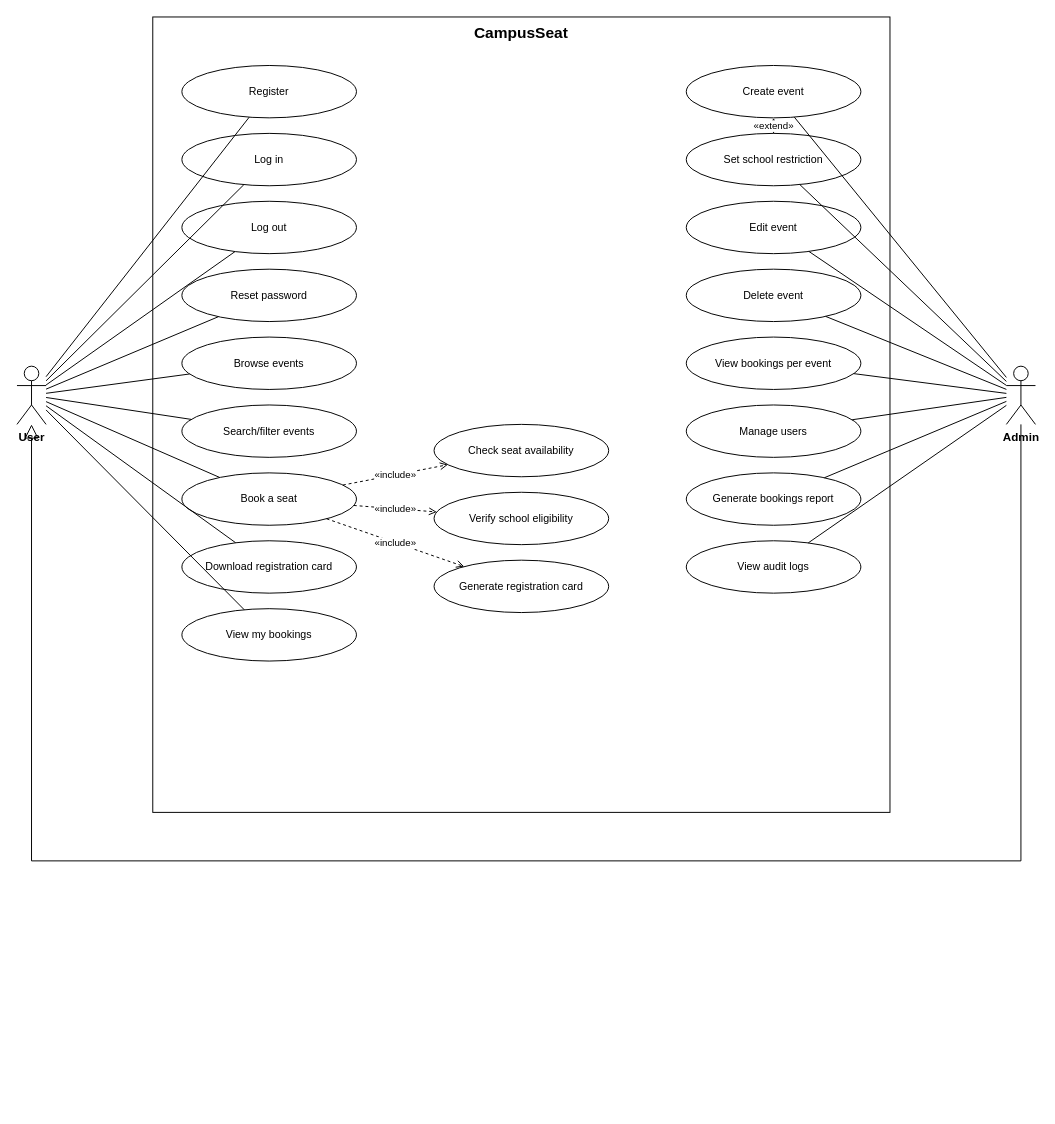
The draw.io diagram docs/diagrams/source/CampusSeat_UseCase.drawio in muthokaricky-alt/CampusSeat, before the edit. Source tidied: cells renumbered, new cells numbered last; positions are measured from the earlier drawing's top-left corner, leaving out a move shared by most shapes. Both pictures are drawn from the tidied source at 97%, with x=0, y=0 at pixel (16, 16).
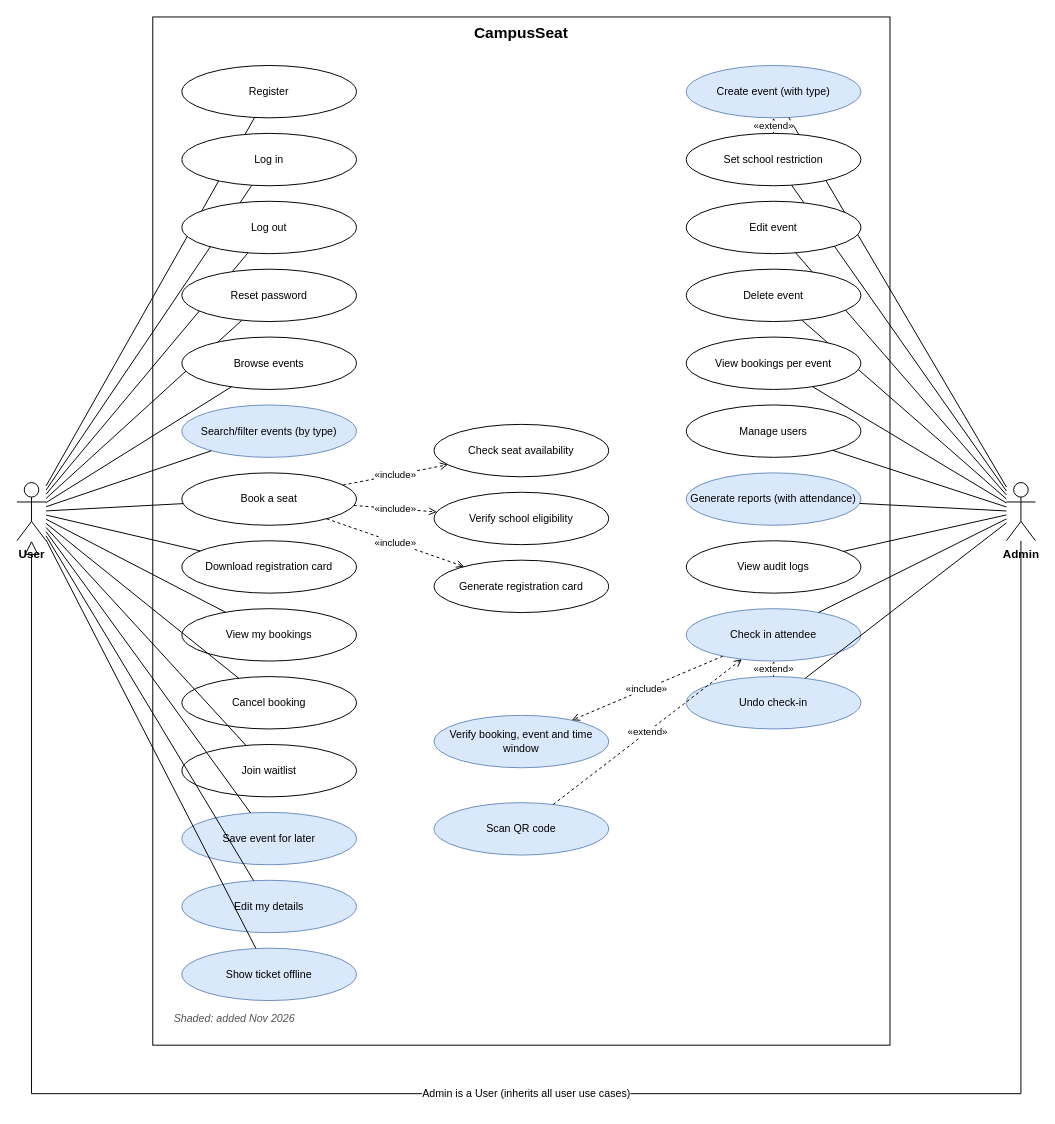
After the change.

Commit message (it also covers changes not shown here):
Diagram sources: check-in, categories, saved events, waitlist and self-service

- ER: adds CheckIn, SavedEvent, WaitlistEntry; Event gains category and UTC
  starts_at/ends_at; User and AuditLog show the security and audit columns;
  laid out so no relationship lines cross
- use case: cancel, waitlist, save event, edit my details, show ticket
  offline, check in attendee (include verify, extend scan QR / undo); new
  use cases shaded
- class: CheckInService; new attributes and operations on User, Admin,
  Booking, Event and AuditLog

The change refers to these unchanged cells:
```xml
<mxCell id="5" value="Register" style="ellipse;whiteSpace=wrap;html=1;fontSize=11;" parent="1" vertex="1">
  <mxGeometry x="170" y="50" width="180" height="54" as="geometry" />
</mxCell>
<mxCell id="6" value="Log in" style="ellipse;whiteSpace=wrap;html=1;fontSize=11;" parent="1" vertex="1">
  <mxGeometry x="170" y="120" width="180" height="54" as="geometry" />
</mxCell>
<mxCell id="7" value="Log out" style="ellipse;whiteSpace=wrap;html=1;fontSize=11;" parent="1" vertex="1">
  <mxGeometry x="170" y="190" width="180" height="54" as="geometry" />
</mxCell>
<mxCell id="8" value="Reset password" style="ellipse;whiteSpace=wrap;html=1;fontSize=11;" parent="1" vertex="1">
  <mxGeometry x="170" y="260" width="180" height="54" as="geometry" />
</mxCell>
<mxCell id="9" value="Browse events" style="ellipse;whiteSpace=wrap;html=1;fontSize=11;" parent="1" vertex="1">
  <mxGeometry x="170" y="330" width="180" height="54" as="geometry" />
</mxCell>
<mxCell id="11" value="Book a seat" style="ellipse;whiteSpace=wrap;html=1;fontSize=11;" parent="1" vertex="1">
  <mxGeometry x="170" y="470" width="180" height="54" as="geometry" />
</mxCell>
<mxCell id="12" value="Download registration card" style="ellipse;whiteSpace=wrap;html=1;fontSize=11;" parent="1" vertex="1">
  <mxGeometry x="170" y="540" width="180" height="54" as="geometry" />
</mxCell>
<mxCell id="13" value="View my bookings" style="ellipse;whiteSpace=wrap;html=1;fontSize=11;" parent="1" vertex="1">
  <mxGeometry x="170" y="610" width="180" height="54" as="geometry" />
</mxCell>
<mxCell id="15" value="Set school restriction" style="ellipse;whiteSpace=wrap;html=1;fontSize=11;" parent="1" vertex="1">
  <mxGeometry x="690" y="120" width="180" height="54" as="geometry" />
</mxCell>
<mxCell id="16" value="Edit event" style="ellipse;whiteSpace=wrap;html=1;fontSize=11;" parent="1" vertex="1">
  <mxGeometry x="690" y="190" width="180" height="54" as="geometry" />
</mxCell>
<mxCell id="17" value="Delete event" style="ellipse;whiteSpace=wrap;html=1;fontSize=11;" parent="1" vertex="1">
  <mxGeometry x="690" y="260" width="180" height="54" as="geometry" />
</mxCell>
<mxCell id="18" value="View bookings per event" style="ellipse;whiteSpace=wrap;html=1;fontSize=11;" parent="1" vertex="1">
  <mxGeometry x="690" y="330" width="180" height="54" as="geometry" />
</mxCell>
<mxCell id="19" value="Manage users" style="ellipse;whiteSpace=wrap;html=1;fontSize=11;" parent="1" vertex="1">
  <mxGeometry x="690" y="400" width="180" height="54" as="geometry" />
</mxCell>
<mxCell id="21" value="View audit logs" style="ellipse;whiteSpace=wrap;html=1;fontSize=11;" parent="1" vertex="1">
  <mxGeometry x="690" y="540" width="180" height="54" as="geometry" />
</mxCell>
```

Change to the diagram source:
```diff
@@
     <mxCell id="2" value="CampusSeat" style="rounded=0;whiteSpace=wrap;html=1;fillColor=none;verticalAlign=top;fontStyle=1;fontSize=16;" parent="1" vertex="1">
-      <mxGeometry x="140" width="760" height="820" as="geometry" />
+      <mxGeometry x="140" width="760" height="1060" as="geometry" />
     </mxCell>
     <mxCell id="3" value="User" style="shape=umlActor;verticalLabelPosition=bottom;verticalAlign=top;html=1;outlineConnect=0;fontStyle=1;" parent="1" vertex="1">
-      <mxGeometry y="360" width="30" height="60" as="geometry" />
+      <mxGeometry y="480" width="30" height="60" as="geometry" />
     </mxCell>
     <mxCell id="4" value="Admin" style="shape=umlActor;verticalLabelPosition=bottom;verticalAlign=top;html=1;outlineConnect=0;fontStyle=1;" parent="1" vertex="1">
-      <mxGeometry x="1020" y="360" width="30" height="60" as="geometry" />
+      <mxGeometry x="1020" y="480" width="30" height="60" as="geometry" />
     </mxCell>
@@
+    <mxCell id="25" style="endArrow=none;html=1;rounded=0;" parent="1" edge="1" source="3" target="5">
+      <mxGeometry relative="1" as="geometry" />
+    </mxCell>
@@
+    <mxCell id="26" style="endArrow=none;html=1;rounded=0;" parent="1" edge="1" source="3" target="6">
+      <mxGeometry relative="1" as="geometry" />
+    </mxCell>
@@
+    <mxCell id="27" style="endArrow=none;html=1;rounded=0;" parent="1" edge="1" source="3" target="7">
+      <mxGeometry relative="1" as="geometry" />
+    </mxCell>
@@
+    <mxCell id="28" style="endArrow=none;html=1;rounded=0;" parent="1" edge="1" source="3" target="8">
+      <mxGeometry relative="1" as="geometry" />
+    </mxCell>
@@
-    <mxCell id="10" value="Search/filter events" style="ellipse;whiteSpace=wrap;html=1;fontSize=11;" parent="1" vertex="1">
-      <mxGeometry x="170" y="400" width="180" height="54" as="geometry" />
-    </mxCell>
+    <mxCell id="29" style="endArrow=none;html=1;rounded=0;" parent="1" edge="1" source="3" target="9">
+      <mxGeometry relative="1" as="geometry" />
+    </mxCell>
+    <mxCell id="47" value="Search/filter events (by type)" style="ellipse;whiteSpace=wrap;html=1;fontSize=11;fillColor=#dae8fc;strokeColor=#6c8ebf;" parent="1" vertex="1">
+      <mxGeometry x="170" y="400" width="180" height="54" as="geometry" />
+    </mxCell>
+    <mxCell id="48" style="endArrow=none;html=1;rounded=0;" parent="1" edge="1" source="3" target="47">
+      <mxGeometry relative="1" as="geometry" />
+    </mxCell>
@@
+    <mxCell id="31" style="endArrow=none;html=1;rounded=0;" parent="1" edge="1" source="3" target="11">
+      <mxGeometry relative="1" as="geometry" />
+    </mxCell>
@@
+    <mxCell id="32" style="endArrow=none;html=1;rounded=0;" parent="1" edge="1" source="3" target="12">
+      <mxGeometry relative="1" as="geometry" />
+    </mxCell>
@@
-    <mxCell id="14" value="Create event" style="ellipse;whiteSpace=wrap;html=1;fontSize=11;" parent="1" vertex="1">
-      <mxGeometry x="690" y="50" width="180" height="54" as="geometry" />
-    </mxCell>
+    <mxCell id="33" style="endArrow=none;html=1;rounded=0;" parent="1" edge="1" source="3" target="13">
+      <mxGeometry relative="1" as="geometry" />
+    </mxCell>
+    <mxCell id="49" value="Cancel booking" style="ellipse;whiteSpace=wrap;html=1;fontSize=11;" parent="1" vertex="1">
+      <mxGeometry x="170" y="680" width="180" height="54" as="geometry" />
+    </mxCell>
+    <mxCell id="50" style="endArrow=none;html=1;rounded=0;" parent="1" edge="1" source="3" target="49">
+      <mxGeometry relative="1" as="geometry" />
+    </mxCell>
+    <mxCell id="51" value="Join waitlist" style="ellipse;whiteSpace=wrap;html=1;fontSize=11;" parent="1" vertex="1">
+      <mxGeometry x="170" y="750" width="180" height="54" as="geometry" />
+    </mxCell>
+    <mxCell id="52" style="endArrow=none;html=1;rounded=0;" parent="1" edge="1" source="3" target="51">
+      <mxGeometry relative="1" as="geometry" />
+    </mxCell>
+    <mxCell id="53" value="Save event for later" style="ellipse;whiteSpace=wrap;html=1;fontSize=11;fillColor=#dae8fc;strokeColor=#6c8ebf;" parent="1" vertex="1">
+      <mxGeometry x="170" y="820" width="180" height="54" as="geometry" />
+    </mxCell>
+    <mxCell id="54" style="endArrow=none;html=1;rounded=0;" parent="1" edge="1" source="3" target="53">
+      <mxGeometry relative="1" as="geometry" />
+    </mxCell>
+    <mxCell id="55" value="Edit my details" style="ellipse;whiteSpace=wrap;html=1;fontSize=11;fillColor=#dae8fc;strokeColor=#6c8ebf;" parent="1" vertex="1">
+      <mxGeometry x="170" y="890" width="180" height="54" as="geometry" />
+    </mxCell>
+    <mxCell id="56" style="endArrow=none;html=1;rounded=0;" parent="1" edge="1" source="3" target="55">
+      <mxGeometry relative="1" as="geometry" />
+    </mxCell>
+    <mxCell id="57" value="Show ticket offline" style="ellipse;whiteSpace=wrap;html=1;fontSize=11;fillColor=#dae8fc;strokeColor=#6c8ebf;" parent="1" vertex="1">
+      <mxGeometry x="170" y="960" width="180" height="54" as="geometry" />
+    </mxCell>
+    <mxCell id="58" style="endArrow=none;html=1;rounded=0;" parent="1" edge="1" source="3" target="57">
+      <mxGeometry relative="1" as="geometry" />
+    </mxCell>
+    <mxCell id="59" value="Create event (with type)" style="ellipse;whiteSpace=wrap;html=1;fontSize=11;fillColor=#dae8fc;strokeColor=#6c8ebf;" parent="1" vertex="1">
+      <mxGeometry x="690" y="50" width="180" height="54" as="geometry" />
+    </mxCell>
+    <mxCell id="60" style="endArrow=none;html=1;rounded=0;" parent="1" edge="1" source="4" target="59">
+      <mxGeometry relative="1" as="geometry" />
+    </mxCell>
@@
+    <mxCell id="35" style="endArrow=none;html=1;rounded=0;" parent="1" edge="1" source="4" target="15">
+      <mxGeometry relative="1" as="geometry" />
+    </mxCell>
@@
+    <mxCell id="36" style="endArrow=none;html=1;rounded=0;" parent="1" edge="1" source="4" target="16">
+      <mxGeometry relative="1" as="geometry" />
+    </mxCell>
@@
+    <mxCell id="37" style="endArrow=none;html=1;rounded=0;" parent="1" edge="1" source="4" target="17">
+      <mxGeometry relative="1" as="geometry" />
+    </mxCell>
@@
+    <mxCell id="38" style="endArrow=none;html=1;rounded=0;" parent="1" edge="1" source="4" target="18">
+      <mxGeometry relative="1" as="geometry" />
+    </mxCell>
@@
-    <mxCell id="20" value="Generate bookings report" style="ellipse;whiteSpace=wrap;html=1;fontSize=11;" parent="1" vertex="1">
-      <mxGeometry x="690" y="470" width="180" height="54" as="geometry" />
-    </mxCell>
+    <mxCell id="39" style="endArrow=none;html=1;rounded=0;" parent="1" edge="1" source="4" target="19">
+      <mxGeometry relative="1" as="geometry" />
+    </mxCell>
+    <mxCell id="61" value="Generate reports (with attendance)" style="ellipse;whiteSpace=wrap;html=1;fontSize=11;fillColor=#dae8fc;strokeColor=#6c8ebf;" parent="1" vertex="1">
+      <mxGeometry x="690" y="470" width="180" height="54" as="geometry" />
+    </mxCell>
+    <mxCell id="62" style="endArrow=none;html=1;rounded=0;" parent="1" edge="1" source="4" target="61">
+      <mxGeometry relative="1" as="geometry" />
+    </mxCell>
@@
+    <mxCell id="41" style="endArrow=none;html=1;rounded=0;" parent="1" edge="1" source="4" target="21">
+      <mxGeometry relative="1" as="geometry" />
+    </mxCell>
+    <mxCell id="63" value="Check in attendee" style="ellipse;whiteSpace=wrap;html=1;fontSize=11;fillColor=#dae8fc;strokeColor=#6c8ebf;" parent="1" vertex="1">
+      <mxGeometry x="690" y="610" width="180" height="54" as="geometry" />
+    </mxCell>
+    <mxCell id="64" style="endArrow=none;html=1;rounded=0;" parent="1" edge="1" source="4" target="63">
+      <mxGeometry relative="1" as="geometry" />
+    </mxCell>
+    <mxCell id="65" value="Undo check-in" style="ellipse;whiteSpace=wrap;html=1;fontSize=11;fillColor=#dae8fc;strokeColor=#6c8ebf;" parent="1" vertex="1">
+      <mxGeometry x="690" y="680" width="180" height="54" as="geometry" />
+    </mxCell>
+    <mxCell id="66" style="endArrow=none;html=1;rounded=0;" parent="1" edge="1" source="4" target="65">
+      <mxGeometry relative="1" as="geometry" />
+    </mxCell>
@@
-    <mxCell id="25" style="endArrow=none;html=1;rounded=0;" parent="1" edge="1" source="3" target="5">
-      <mxGeometry relative="1" as="geometry" />
-    </mxCell>
-    <mxCell id="26" style="endArrow=none;html=1;rounded=0;" parent="1" edge="1" source="3" target="6">
-      <mxGeometry relative="1" as="geometry" />
-    </mxCell>
-    <mxCell id="27" style="endArrow=none;html=1;rounded=0;" parent="1" edge="1" source="3" target="7">
-      <mxGeometry relative="1" as="geometry" />
-    </mxCell>
-    <mxCell id="28" style="endArrow=none;html=1;rounded=0;" parent="1" edge="1" source="3" target="8">
-      <mxGeometry relative="1" as="geometry" />
-    </mxCell>
-    <mxCell id="29" style="endArrow=none;html=1;rounded=0;" parent="1" edge="1" source="3" target="9">
-      <mxGeometry relative="1" as="geometry" />
-    </mxCell>
-    <mxCell id="30" style="endArrow=none;html=1;rounded=0;" parent="1" edge="1" source="3" target="10">
-      <mxGeometry relative="1" as="geometry" />
-    </mxCell>
-    <mxCell id="31" style="endArrow=none;html=1;rounded=0;" parent="1" edge="1" source="3" target="11">
-      <mxGeometry relative="1" as="geometry" />
-    </mxCell>
-    <mxCell id="32" style="endArrow=none;html=1;rounded=0;" parent="1" edge="1" source="3" target="12">
-      <mxGeometry relative="1" as="geometry" />
-    </mxCell>
-    <mxCell id="33" style="endArrow=none;html=1;rounded=0;" parent="1" edge="1" source="3" target="13">
-      <mxGeometry relative="1" as="geometry" />
-    </mxCell>
-    <mxCell id="34" style="endArrow=none;html=1;rounded=0;" parent="1" edge="1" source="4" target="14">
-      <mxGeometry relative="1" as="geometry" />
-    </mxCell>
-    <mxCell id="35" style="endArrow=none;html=1;rounded=0;" parent="1" edge="1" source="4" target="15">
-      <mxGeometry relative="1" as="geometry" />
-    </mxCell>
-    <mxCell id="36" style="endArrow=none;html=1;rounded=0;" parent="1" edge="1" source="4" target="16">
-      <mxGeometry relative="1" as="geometry" />
-    </mxCell>
-    <mxCell id="37" style="endArrow=none;html=1;rounded=0;" parent="1" edge="1" source="4" target="17">
-      <mxGeometry relative="1" as="geometry" />
-    </mxCell>
-    <mxCell id="38" style="endArrow=none;html=1;rounded=0;" parent="1" edge="1" source="4" target="18">
-      <mxGeometry relative="1" as="geometry" />
-    </mxCell>
-    <mxCell id="39" style="endArrow=none;html=1;rounded=0;" parent="1" edge="1" source="4" target="19">
-      <mxGeometry relative="1" as="geometry" />
-    </mxCell>
-    <mxCell id="40" style="endArrow=none;html=1;rounded=0;" parent="1" edge="1" source="4" target="20">
-      <mxGeometry relative="1" as="geometry" />
-    </mxCell>
-    <mxCell id="41" style="endArrow=none;html=1;rounded=0;" parent="1" edge="1" source="4" target="21">
-      <mxGeometry relative="1" as="geometry" />
-    </mxCell>
+    <mxCell id="67" value="Verify booking, event and time window" style="ellipse;whiteSpace=wrap;html=1;fontSize=11;fillColor=#dae8fc;strokeColor=#6c8ebf;" parent="1" vertex="1">
+      <mxGeometry x="430" y="720" width="180" height="54" as="geometry" />
+    </mxCell>
+    <mxCell id="68" value="Scan QR code" style="ellipse;whiteSpace=wrap;html=1;fontSize=11;fillColor=#dae8fc;strokeColor=#6c8ebf;" parent="1" vertex="1">
+      <mxGeometry x="430" y="810" width="180" height="54" as="geometry" />
+    </mxCell>
@@
-    <mxCell id="45" value="«extend»" style="dashed=1;endArrow=open;endFill=0;html=1;rounded=0;labelBackgroundColor=default;fontSize=10;" parent="1" edge="1" source="15" target="14">
-      <mxGeometry relative="1" as="geometry" />
-    </mxCell>
+    <mxCell id="69" value="«include»" style="dashed=1;endArrow=open;endFill=0;html=1;rounded=0;labelBackgroundColor=default;fontSize=10;" parent="1" edge="1" source="63" target="67">
+      <mxGeometry relative="1" as="geometry" />
+    </mxCell>
+    <mxCell id="70" value="«extend»" style="dashed=1;endArrow=open;endFill=0;html=1;rounded=0;labelBackgroundColor=default;fontSize=10;" parent="1" edge="1" source="15" target="59">
+      <mxGeometry relative="1" as="geometry" />
+    </mxCell>
+    <mxCell id="71" value="«extend»" style="dashed=1;endArrow=open;endFill=0;html=1;rounded=0;labelBackgroundColor=default;fontSize=10;" parent="1" edge="1" source="65" target="63">
+      <mxGeometry relative="1" as="geometry" />
+    </mxCell>
+    <mxCell id="72" value="«extend»" style="dashed=1;endArrow=open;endFill=0;html=1;rounded=0;labelBackgroundColor=default;fontSize=10;" parent="1" edge="1" source="68" target="63">
+      <mxGeometry relative="1" as="geometry" />
+    </mxCell>
-    <mxCell id="46" style="endArrow=block;endFill=0;endSize=12;html=1;rounded=0;" parent="1" edge="1" source="4" target="3">
+    <mxCell id="46" value="Admin is a User (inherits all user use cases)" style="endArrow=block;endFill=0;endSize=12;html=1;rounded=0;fontSize=11;labelBackgroundColor=default;" parent="1" edge="1" source="4" target="3">
       <mxGeometry relative="1" as="geometry">
         <Array as="points">
-          <mxPoint x="1035" y="870" />
-          <mxPoint x="15" y="870" />
+          <mxPoint x="1035" y="1110" />
+          <mxPoint x="15" y="1110" />
         </Array>
       </mxGeometry>
     </mxCell>
+    <mxCell id="73" value="Shaded: added Nov 2026" style="text;html=1;align=left;fontSize=11;fontStyle=2;fontColor=#555555;" parent="1" vertex="1">
+      <mxGeometry x="160" y="1020" width="200" height="24" as="geometry" />
+    </mxCell>
```
